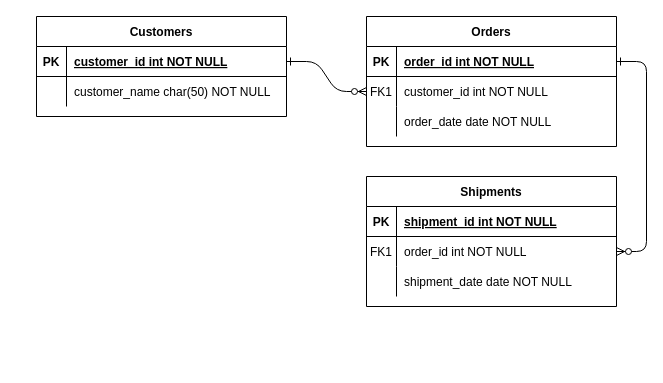
Earlier version of the draw.io diagram Untitled Diagram.drawio (asachkahitari/ER-Diagrams). Source tidied: cells renumbered, new cells numbered last; positions are measured from the earlier drawing's top-left corner, leaving out a move shared by most shapes. Both pictures are drawn from the tidied source at 100%, with x=0, y=0 at pixel (36, 16).
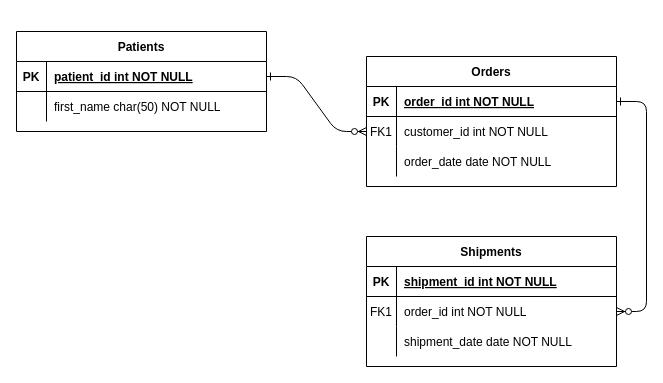
After the change.

Commit message:
Super-Smart System for Clinics.drawio

The change refers to these unchanged cells:
```xml
<mxCell id="25" style="shape=partialRectangle;fillColor=none;points=[[0,0.5],[1,0.5]];portConstraint=eastwest;top=0;left=0;right=0;bottom=1;" parent="24" vertex="1">
  <mxGeometry y="30" width="250" height="30" as="geometry" />
</mxCell>
<mxCell id="28" style="shape=partialRectangle;fillColor=none;top=0;left=0;right=0;bottom=0;" parent="24" vertex="1">
  <mxGeometry y="60" width="250" height="30" as="geometry" />
</mxCell>
```

The edit, as a diff of the source:
```diff
@@
     <mxCell id="4" value="Orders" style="shape=table;startSize=30;childLayout=tableLayout;rowLines=0;fontStyle=1;align=center;" parent="1" vertex="1">
-      <mxGeometry x="330" width="250" height="130" as="geometry" />
+      <mxGeometry x="330" y="40" width="250" height="130" as="geometry" />
     </mxCell>
@@
     <mxCell id="14" value="Shipments" style="shape=table;startSize=30;childLayout=tableLayout;rowLines=0;fontStyle=1;align=center;" parent="1" vertex="1">
-      <mxGeometry x="330" y="160" width="250" height="130" as="geometry" />
+      <mxGeometry x="330" y="220" width="250" height="130" as="geometry" />
     </mxCell>
@@
-    <mxCell id="24" value="Customers" style="shape=table;startSize=30;childLayout=tableLayout;rowLines=0;fontStyle=1;align=center;" parent="1" vertex="1">
-      <mxGeometry width="250" height="100" as="geometry" />
+    <mxCell id="24" value="Patients" style="shape=table;startSize=30;childLayout=tableLayout;rowLines=0;fontStyle=1;align=center;" parent="1" vertex="1">
+      <mxGeometry x="-20" y="15" width="250" height="100" as="geometry" />
     </mxCell>
@@
-    <mxCell id="27" value="customer_id int NOT NULL " style="shape=partialRectangle;overflow=hidden;fillColor=none;top=0;left=0;bottom=0;right=0;align=left;spacingLeft=6;fontStyle=5;" parent="25" vertex="1">
+    <mxCell id="27" value="patient_id int NOT NULL " style="shape=partialRectangle;overflow=hidden;fillColor=none;top=0;left=0;bottom=0;right=0;align=left;spacingLeft=6;fontStyle=5;" parent="25" vertex="1">
       <mxGeometry x="30" width="220" height="30" as="geometry" />
     </mxCell>
@@
-    <mxCell id="30" value="customer_name char(50) NOT NULL" style="shape=partialRectangle;overflow=hidden;fillColor=none;top=0;left=0;bottom=0;right=0;align=left;spacingLeft=6;" parent="28" vertex="1">
+    <mxCell id="30" value="first_name char(50) NOT NULL" style="shape=partialRectangle;overflow=hidden;fillColor=none;top=0;left=0;bottom=0;right=0;align=left;spacingLeft=6;" parent="28" vertex="1">
       <mxGeometry x="30" width="220" height="30" as="geometry" />
     </mxCell>
```
